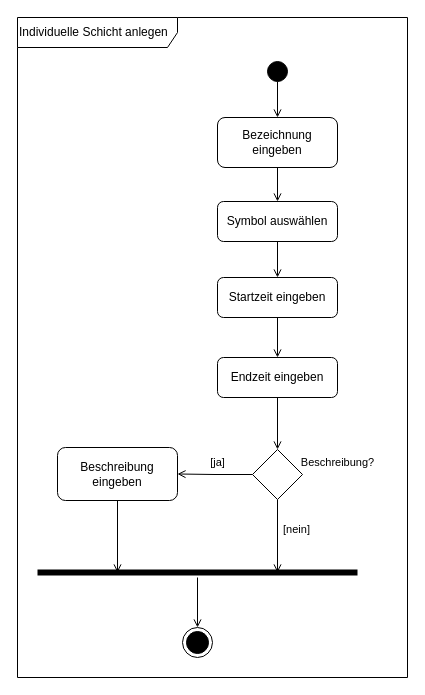
annikalenneper/praxisprojekt_mi_bachelor_SoSe24 keeps this draw.io diagram as 4_Entwurf/4_UML/4_UML_Aktivitätsdiagramme/ad_IndividuelleSchichtErstellen.drawio. Above is the earlier version. Source tidied: cells renumbered, new cells numbered last; positions are measured from the earlier drawing's top-left corner, leaving out a move shared by most shapes. Both pictures are drawn from the tidied source at 100%, with x=0, y=0 at pixel (17, 17).
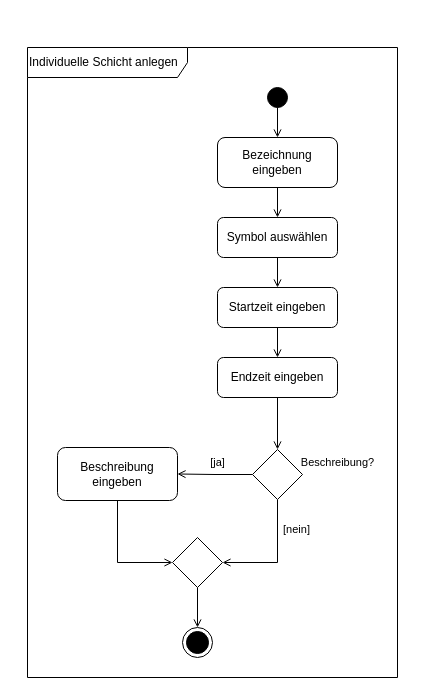
The same page after the edit.

Commit message:
corrected ad "create individual shift": changed junction of divided control flow from join to merge

The change refers to these unchanged cells:
```xml
<mxCell id="13" style="rhombus;whiteSpace=wrap;html=1;" parent="1" vertex="1">
  <mxGeometry x="235" y="432" width="50" height="50" as="geometry" />
</mxCell>
<mxCell id="14" style="ellipse;html=1;shape=endState;fillColor=strokeColor;" parent="1" vertex="1">
  <mxGeometry x="165" y="610" width="30" height="30" as="geometry" />
</mxCell>
<mxCell id="15" value="Beschreibung eingeben" style="rounded=1;whiteSpace=wrap;html=1;" parent="1" vertex="1">
  <mxGeometry x="40" y="430" width="120" height="53" as="geometry" />
</mxCell>
```

What changed in the source:
```diff
@@
     <mxCell id="2" value="Individuelle Schicht anlegen" style="shape=umlFrame;whiteSpace=wrap;html=1;width=160;height=30;align=left;" parent="1" vertex="1">
-      <mxGeometry width="390" height="660" as="geometry" />
+      <mxGeometry x="10" y="30" width="370" height="630" as="geometry" />
     </mxCell>
@@
     <mxCell id="4" style="ellipse;fillColor=strokeColor;html=1;" parent="1" vertex="1">
-      <mxGeometry x="250" y="44" width="20" height="20" as="geometry" />
+      <mxGeometry x="250" y="70" width="20" height="20" as="geometry" />
     </mxCell>
@@
     <mxCell id="6" value="Bezeichnung eingeben" style="rounded=1;whiteSpace=wrap;html=1;" parent="1" vertex="1">
-      <mxGeometry x="200" y="100" width="120" height="50" as="geometry" />
+      <mxGeometry x="200" y="120" width="120" height="50" as="geometry" />
     </mxCell>
@@
     <mxCell id="8" value="Startzeit eingeben" style="rounded=1;whiteSpace=wrap;html=1;" parent="1" vertex="1">
-      <mxGeometry x="200" y="260" width="120" height="40" as="geometry" />
+      <mxGeometry x="200" y="270" width="120" height="40" as="geometry" />
     </mxCell>
@@
-    <mxCell id="11" style="edgeStyle=orthogonalEdgeStyle;rounded=0;jettySize=auto;html=1;entryX=0.75;entryY=0.5;entryDx=0;entryDy=0;strokeColor=default;align=center;verticalAlign=middle;fontFamily=Helvetica;fontSize=11;fontColor=default;labelBackgroundColor=default;endArrow=open;endFill=0;entryPerimeter=0;" parent="1" edge="1" source="13" target="17">
-      <mxGeometry relative="1" as="geometry" />
+    <mxCell id="11" style="edgeStyle=orthogonalEdgeStyle;rounded=0;jettySize=auto;html=1;entryX=1;entryY=0.5;entryDx=0;entryDy=0;strokeColor=default;align=center;verticalAlign=middle;fontFamily=Helvetica;fontSize=11;fontColor=default;labelBackgroundColor=default;endArrow=open;endFill=0;" parent="1" edge="1" source="13" target="24">
+      <mxGeometry relative="1" as="geometry">
+        <Array as="points">
+          <mxPoint x="260" y="545" />
+        </Array>
+      </mxGeometry>
     </mxCell>
@@
-    <mxCell id="16" style="edgeStyle=orthogonalEdgeStyle;rounded=0;jettySize=auto;html=1;entryX=0.5;entryY=0;entryDx=0;entryDy=0;strokeColor=default;align=center;verticalAlign=middle;fontFamily=Helvetica;fontSize=11;fontColor=default;labelBackgroundColor=default;endArrow=open;endFill=0;" parent="1" edge="1" source="17" target="14">
+    <mxCell id="16" style="edgeStyle=orthogonalEdgeStyle;rounded=0;jettySize=auto;html=1;entryX=0.5;entryY=0;entryDx=0;entryDy=0;strokeColor=default;align=center;verticalAlign=middle;fontFamily=Helvetica;fontSize=11;fontColor=default;labelBackgroundColor=default;endArrow=open;endFill=0;exitX=0.5;exitY=1;exitDx=0;exitDy=0;" parent="1" edge="1" source="24" target="14">
       <mxGeometry relative="1" as="geometry" />
     </mxCell>
-    <mxCell id="17" style="shape=line;html=1;strokeWidth=6;strokeColor=#000000;align=center;verticalAlign=middle;fontFamily=Helvetica;fontSize=12;fontColor=default;labelBackgroundColor=default;fillColor=default;" parent="1" vertex="1">
-      <mxGeometry x="20" y="550" width="320" height="10" as="geometry" />
-    </mxCell>
-    <mxCell id="18" style="edgeStyle=orthogonalEdgeStyle;rounded=0;jettySize=auto;html=1;entryX=0.25;entryY=0.5;entryDx=0;entryDy=0;entryPerimeter=0;strokeColor=default;align=center;verticalAlign=middle;fontFamily=Helvetica;fontSize=11;fontColor=default;labelBackgroundColor=default;endArrow=open;endFill=0;" parent="1" edge="1" source="15" target="17">
+    <mxCell id="18" style="edgeStyle=orthogonalEdgeStyle;rounded=0;jettySize=auto;html=1;entryX=0;entryY=0.5;entryDx=0;entryDy=0;strokeColor=default;align=center;verticalAlign=middle;fontFamily=Helvetica;fontSize=11;fontColor=default;labelBackgroundColor=default;endArrow=open;endFill=0;" parent="1" edge="1" source="15" target="24">
       <mxGeometry relative="1" as="geometry" />
     </mxCell>
@@
     <mxCell id="23" value="Symbol auswählen" style="rounded=1;whiteSpace=wrap;html=1;" parent="1" vertex="1">
-      <mxGeometry x="200" y="184" width="120" height="40" as="geometry" />
+      <mxGeometry x="200" y="200" width="120" height="40" as="geometry" />
     </mxCell>
+    <mxCell id="24" style="rhombus;whiteSpace=wrap;html=1;" parent="1" vertex="1">
+      <mxGeometry x="155" y="520" width="50" height="50" as="geometry" />
+    </mxCell>
```
